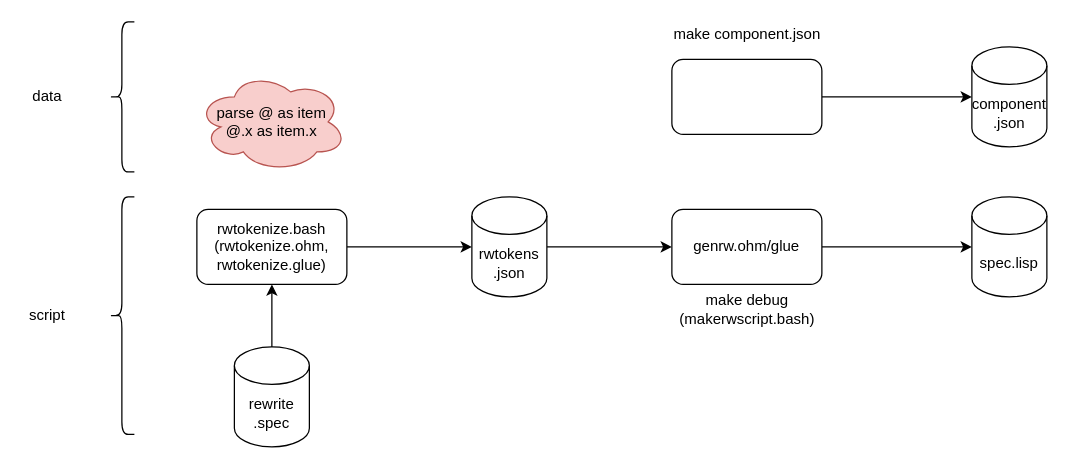
guitarvydas/behavior_tree_to_cpp keeps this draw.io diagram as workflow.drawio. Above is the earlier version. Source tidied: cells renumbered, new cells numbered last; positions are measured from the earlier drawing's top-left corner, leaving out a move shared by most shapes. Both pictures are drawn from the tidied source at 125%, with x=0, y=0 at pixel (21, 21).
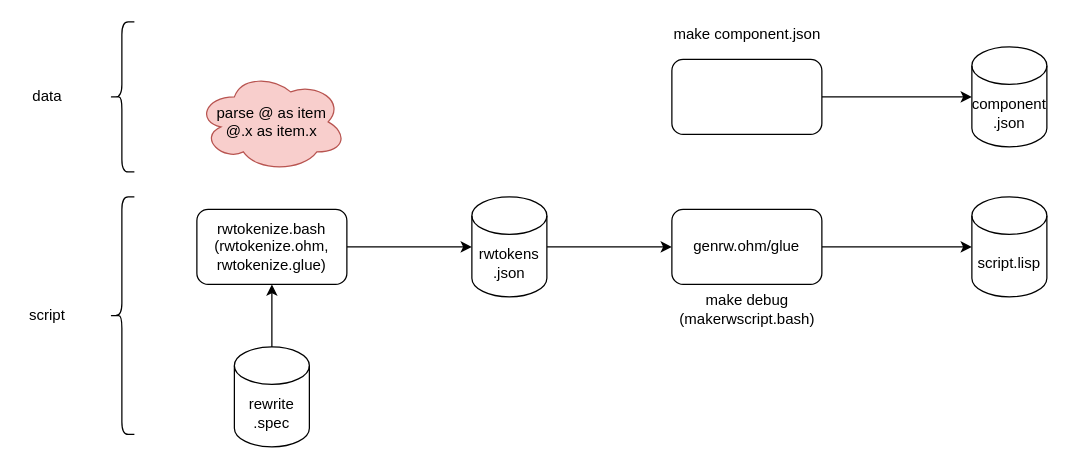
The same page after the edit.

Diff of the diagram source:
```diff
@@
-    <mxCell id="3" value="spec.lisp" style="shape=cylinder3;whiteSpace=wrap;html=1;boundedLbl=1;backgroundOutline=1;size=15;" parent="1" vertex="1">
+    <mxCell id="3" value="script.lisp" style="shape=cylinder3;whiteSpace=wrap;html=1;boundedLbl=1;backgroundOutline=1;size=15;" parent="1" vertex="1">
       <mxGeometry x="760" y="140" width="60" height="80" as="geometry" />
     </mxCell>
```
